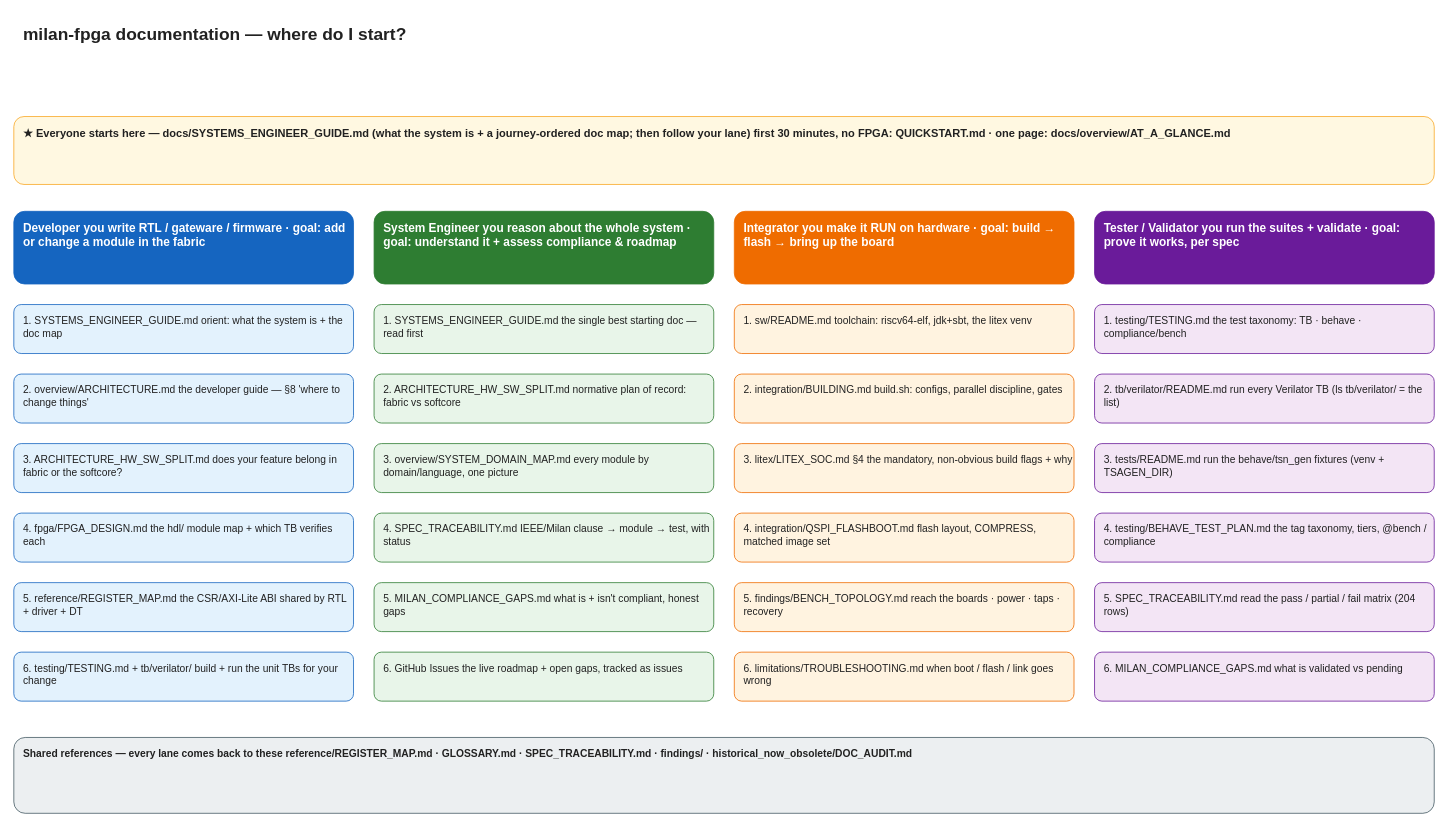
kebag-logic/milan-fpga keeps this draw.io diagram as docs/DOC_MAP.drawio. Above is the earlier version. Source tidied: cells renumbered, new cells numbered last; positions are measured from the earlier drawing's top-left corner, leaving out a move shared by most shapes. Both pictures are drawn from the tidied source at 79%, with x=0, y=0 at pixel (13, 13).
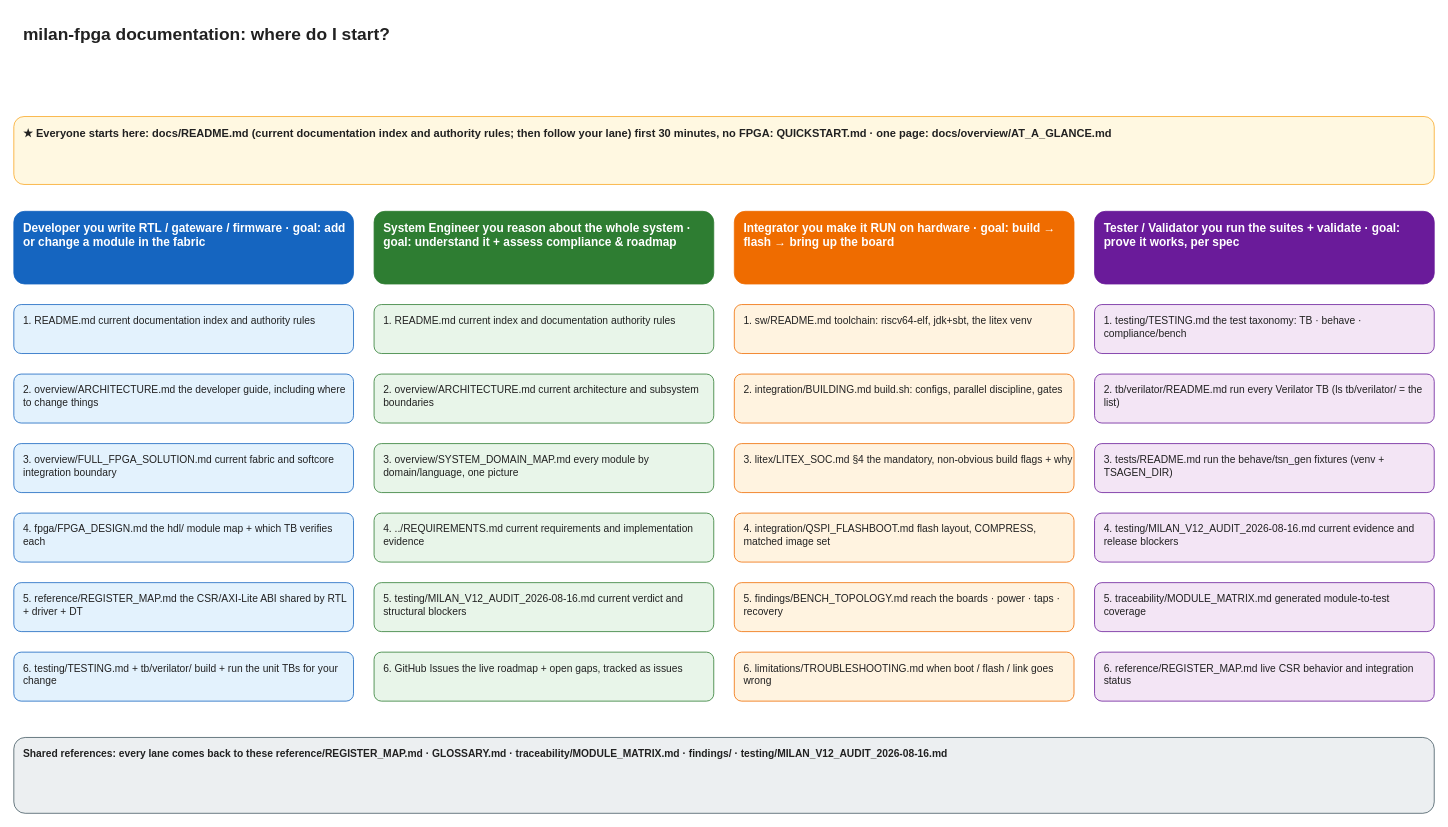
Above is the later version.

Diff of the diagram source:
```diff
@@
-    <mxCell id="2" value="milan-fpga documentation — where do I start?" style="rounded=1;whiteSpace=wrap;html=1;fillColor=none;strokeColor=none;fontSize=22;align=left;verticalAlign=top;spacingLeft=10;spacingTop=6;fontColor=#212121;fontStyle=1;" parent="1" vertex="1">
+    <mxCell id="2" value="milan-fpga documentation: where do I start?" style="rounded=1;whiteSpace=wrap;html=1;fillColor=none;strokeColor=none;fontSize=22;align=left;verticalAlign=top;spacingLeft=10;spacingTop=6;fontColor=#212121;fontStyle=1;" parent="1" vertex="1">
       <mxGeometry width="1100" height="34" as="geometry" />
     </mxCell>
-    <mxCell id="3" value="★ Everyone starts here — docs/SYSTEMS_ENGINEER_GUIDE.md (what the system is + a journey-ordered doc map; then follow your lane) first 30 minutes, no FPGA: QUICKSTART.md  ·  one page: docs/overview/AT_A_GLANCE.md" style="rounded=1;whiteSpace=wrap;html=1;fillColor=#FFF8E1;strokeColor=#F9A825;fontSize=14;align=left;verticalAlign=top;spacingLeft=10;spacingTop=6;fontColor=#212121;fontStyle=1;" parent="1" vertex="1">
+    <mxCell id="3" value="★ Everyone starts here: docs/README.md (current documentation index and authority rules; then follow your lane) first 30 minutes, no FPGA: QUICKSTART.md  ·  one page: docs/overview/AT_A_GLANCE.md" style="rounded=1;whiteSpace=wrap;html=1;fillColor=#FFF8E1;strokeColor=#F9A825;fontSize=14;align=left;verticalAlign=top;spacingLeft=10;spacingTop=6;fontColor=#212121;fontStyle=1;" parent="1" vertex="1">
       <mxGeometry y="130" width="1798" height="86" as="geometry" />
     </mxCell>
@@
-    <mxCell id="5" value="1.  SYSTEMS_ENGINEER_GUIDE.md orient: what the system is + the doc map" style="rounded=1;whiteSpace=wrap;html=1;fillColor=#E3F2FD;strokeColor=#1565C0;fontSize=13;align=left;verticalAlign=top;spacingLeft=10;spacingTop=6;fontColor=#212121;" parent="1" vertex="1">
+    <mxCell id="5" value="1.  README.md current documentation index and authority rules" style="rounded=1;whiteSpace=wrap;html=1;fillColor=#E3F2FD;strokeColor=#1565C0;fontSize=13;align=left;verticalAlign=top;spacingLeft=10;spacingTop=6;fontColor=#212121;" parent="1" vertex="1">
       <mxGeometry y="368" width="430" height="62" as="geometry" />
     </mxCell>
-    <mxCell id="6" value="2.  overview/ARCHITECTURE.md the developer guide — §8 'where to change things'" style="rounded=1;whiteSpace=wrap;html=1;fillColor=#E3F2FD;strokeColor=#1565C0;fontSize=13;align=left;verticalAlign=top;spacingLeft=10;spacingTop=6;fontColor=#212121;" parent="1" vertex="1">
+    <mxCell id="6" value="2.  overview/ARCHITECTURE.md the developer guide, including where to change things" style="rounded=1;whiteSpace=wrap;html=1;fillColor=#E3F2FD;strokeColor=#1565C0;fontSize=13;align=left;verticalAlign=top;spacingLeft=10;spacingTop=6;fontColor=#212121;" parent="1" vertex="1">
       <mxGeometry y="456" width="430" height="62" as="geometry" />
     </mxCell>
-    <mxCell id="7" value="3.  ARCHITECTURE_HW_SW_SPLIT.md does your feature belong in fabric or the softcore?" style="rounded=1;whiteSpace=wrap;html=1;fillColor=#E3F2FD;strokeColor=#1565C0;fontSize=13;align=left;verticalAlign=top;spacingLeft=10;spacingTop=6;fontColor=#212121;" parent="1" vertex="1">
+    <mxCell id="7" value="3.  overview/FULL_FPGA_SOLUTION.md current fabric and softcore integration boundary" style="rounded=1;whiteSpace=wrap;html=1;fillColor=#E3F2FD;strokeColor=#1565C0;fontSize=13;align=left;verticalAlign=top;spacingLeft=10;spacingTop=6;fontColor=#212121;" parent="1" vertex="1">
       <mxGeometry y="544" width="430" height="62" as="geometry" />
     </mxCell>
@@
-    <mxCell id="12" value="1.  SYSTEMS_ENGINEER_GUIDE.md the single best starting doc — read first" style="rounded=1;whiteSpace=wrap;html=1;fillColor=#E8F5E9;strokeColor=#2E7D32;fontSize=13;align=left;verticalAlign=top;spacingLeft=10;spacingTop=6;fontColor=#212121;" parent="1" vertex="1">
+    <mxCell id="12" value="1.  README.md current index and documentation authority rules" style="rounded=1;whiteSpace=wrap;html=1;fillColor=#E8F5E9;strokeColor=#2E7D32;fontSize=13;align=left;verticalAlign=top;spacingLeft=10;spacingTop=6;fontColor=#212121;" parent="1" vertex="1">
       <mxGeometry x="456" y="368" width="430" height="62" as="geometry" />
     </mxCell>
-    <mxCell id="13" value="2.  ARCHITECTURE_HW_SW_SPLIT.md normative plan of record: fabric vs softcore" style="rounded=1;whiteSpace=wrap;html=1;fillColor=#E8F5E9;strokeColor=#2E7D32;fontSize=13;align=left;verticalAlign=top;spacingLeft=10;spacingTop=6;fontColor=#212121;" parent="1" vertex="1">
+    <mxCell id="13" value="2.  overview/ARCHITECTURE.md current architecture and subsystem boundaries" style="rounded=1;whiteSpace=wrap;html=1;fillColor=#E8F5E9;strokeColor=#2E7D32;fontSize=13;align=left;verticalAlign=top;spacingLeft=10;spacingTop=6;fontColor=#212121;" parent="1" vertex="1">
       <mxGeometry x="456" y="456" width="430" height="62" as="geometry" />
     </mxCell>
@@
-    <mxCell id="15" value="4.  SPEC_TRACEABILITY.md IEEE/Milan clause → module → test, with status" style="rounded=1;whiteSpace=wrap;html=1;fillColor=#E8F5E9;strokeColor=#2E7D32;fontSize=13;align=left;verticalAlign=top;spacingLeft=10;spacingTop=6;fontColor=#212121;" parent="1" vertex="1">
+    <mxCell id="15" value="4.  ../REQUIREMENTS.md current requirements and implementation evidence" style="rounded=1;whiteSpace=wrap;html=1;fillColor=#E8F5E9;strokeColor=#2E7D32;fontSize=13;align=left;verticalAlign=top;spacingLeft=10;spacingTop=6;fontColor=#212121;" parent="1" vertex="1">
       <mxGeometry x="456" y="632" width="430" height="62" as="geometry" />
     </mxCell>
-    <mxCell id="16" value="5.  MILAN_COMPLIANCE_GAPS.md what is + isn't compliant, honest gaps" style="rounded=1;whiteSpace=wrap;html=1;fillColor=#E8F5E9;strokeColor=#2E7D32;fontSize=13;align=left;verticalAlign=top;spacingLeft=10;spacingTop=6;fontColor=#212121;" parent="1" vertex="1">
+    <mxCell id="16" value="5.  testing/MILAN_V12_AUDIT_2026-08-16.md current verdict and structural blockers" style="rounded=1;whiteSpace=wrap;html=1;fillColor=#E8F5E9;strokeColor=#2E7D32;fontSize=13;align=left;verticalAlign=top;spacingLeft=10;spacingTop=6;fontColor=#212121;" parent="1" vertex="1">
       <mxGeometry x="456" y="720" width="430" height="62" as="geometry" />
     </mxCell>
@@
-    <mxCell id="29" value="4.  testing/BEHAVE_TEST_PLAN.md the tag taxonomy, tiers, @bench / compliance" style="rounded=1;whiteSpace=wrap;html=1;fillColor=#F3E5F5;strokeColor=#6A1B9A;fontSize=13;align=left;verticalAlign=top;spacingLeft=10;spacingTop=6;fontColor=#212121;" parent="1" vertex="1">
+    <mxCell id="29" value="4.  testing/MILAN_V12_AUDIT_2026-08-16.md current evidence and release blockers" style="rounded=1;whiteSpace=wrap;html=1;fillColor=#F3E5F5;strokeColor=#6A1B9A;fontSize=13;align=left;verticalAlign=top;spacingLeft=10;spacingTop=6;fontColor=#212121;" parent="1" vertex="1">
       <mxGeometry x="1368" y="632" width="430" height="62" as="geometry" />
     </mxCell>
-    <mxCell id="30" value="5.  SPEC_TRACEABILITY.md read the pass / partial / fail matrix (204 rows)" style="rounded=1;whiteSpace=wrap;html=1;fillColor=#F3E5F5;strokeColor=#6A1B9A;fontSize=13;align=left;verticalAlign=top;spacingLeft=10;spacingTop=6;fontColor=#212121;" parent="1" vertex="1">
+    <mxCell id="30" value="5.  traceability/MODULE_MATRIX.md generated module-to-test coverage" style="rounded=1;whiteSpace=wrap;html=1;fillColor=#F3E5F5;strokeColor=#6A1B9A;fontSize=13;align=left;verticalAlign=top;spacingLeft=10;spacingTop=6;fontColor=#212121;" parent="1" vertex="1">
       <mxGeometry x="1368" y="720" width="430" height="62" as="geometry" />
     </mxCell>
-    <mxCell id="31" value="6.  MILAN_COMPLIANCE_GAPS.md what is validated vs pending" style="rounded=1;whiteSpace=wrap;html=1;fillColor=#F3E5F5;strokeColor=#6A1B9A;fontSize=13;align=left;verticalAlign=top;spacingLeft=10;spacingTop=6;fontColor=#212121;" parent="1" vertex="1">
+    <mxCell id="31" value="6.  reference/REGISTER_MAP.md live CSR behavior and integration status" style="rounded=1;whiteSpace=wrap;html=1;fillColor=#F3E5F5;strokeColor=#6A1B9A;fontSize=13;align=left;verticalAlign=top;spacingLeft=10;spacingTop=6;fontColor=#212121;" parent="1" vertex="1">
       <mxGeometry x="1368" y="808" width="430" height="62" as="geometry" />
     </mxCell>
-    <mxCell id="32" value="Shared references — every lane comes back to these  reference/REGISTER_MAP.md · GLOSSARY.md · SPEC_TRACEABILITY.md · findings/ · historical_now_obsolete/DOC_AUDIT.md" style="rounded=1;whiteSpace=wrap;html=1;fillColor=#ECEFF1;strokeColor=#455A64;fontSize=13;align=left;verticalAlign=top;spacingLeft=10;spacingTop=6;fontColor=#212121;fontStyle=1;" parent="1" vertex="1">
+    <mxCell id="32" value="Shared references: every lane comes back to these  reference/REGISTER_MAP.md · GLOSSARY.md · traceability/MODULE_MATRIX.md · findings/ · testing/MILAN_V12_AUDIT_2026-08-16.md" style="rounded=1;whiteSpace=wrap;html=1;fillColor=#ECEFF1;strokeColor=#455A64;fontSize=13;align=left;verticalAlign=top;spacingLeft=10;spacingTop=6;fontColor=#212121;fontStyle=1;" parent="1" vertex="1">
       <mxGeometry y="916" width="1798" height="96" as="geometry" />
     </mxCell>
```
